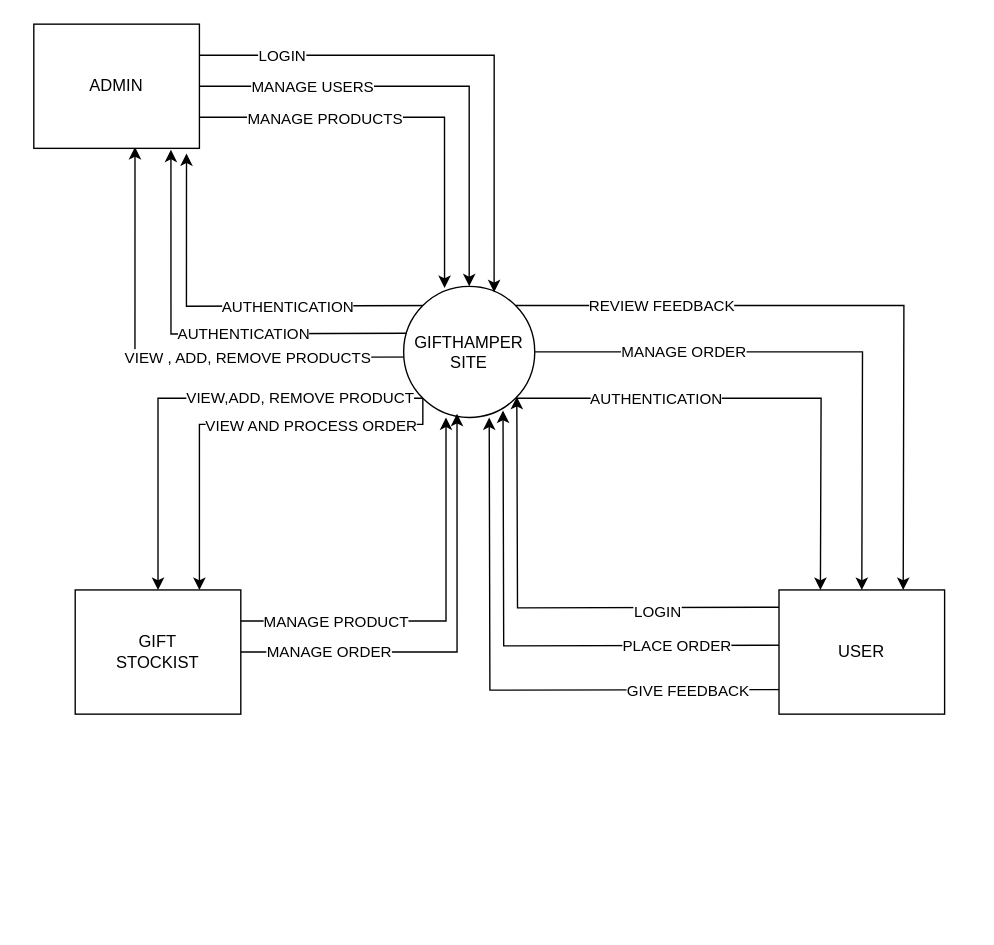
Above: page "DFD-0" (8 of 9) of Usecase userside.drawio in panchalbhavya2210/gift_documentation (draw.io), before the change. Source tidied: cells renumbered, new cells numbered last; positions are measured from the earlier drawing's top-left corner, leaving out a move shared by most shapes. Both pictures are drawn from the tidied source at 138%, with x=0, y=0 at pixel (33, 23).
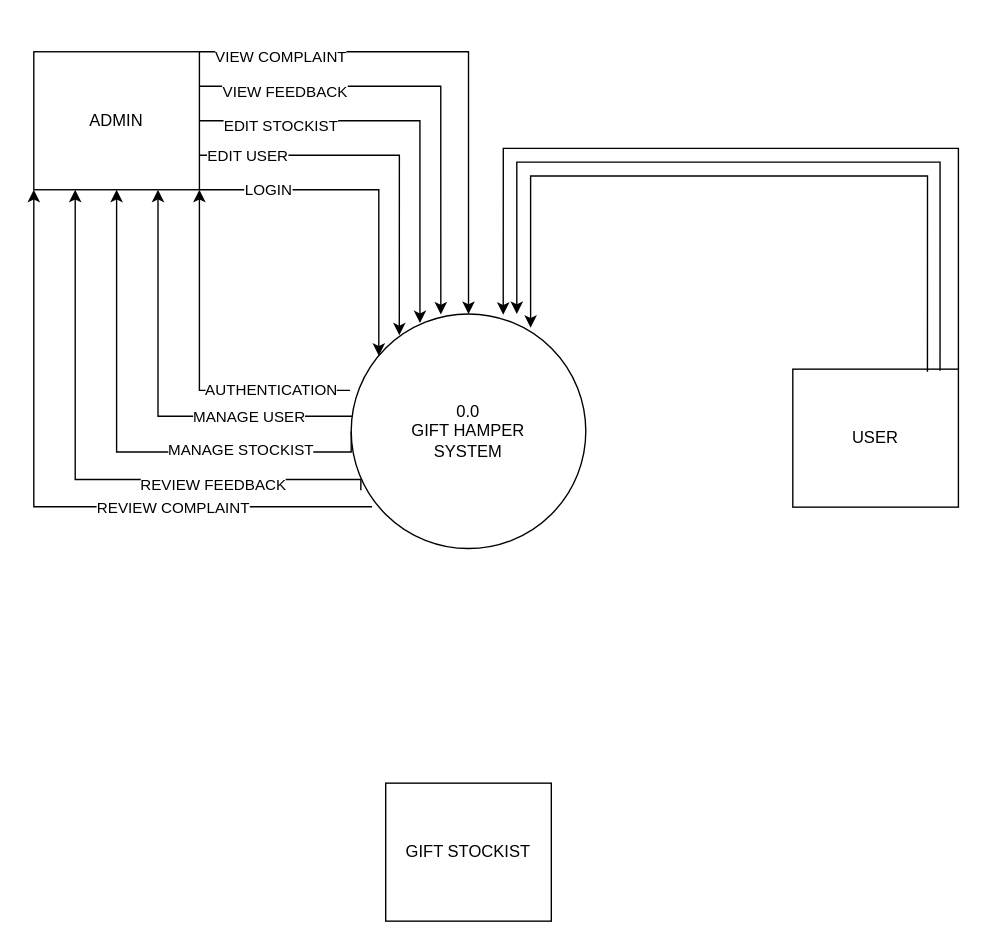
Above is the later version.

What changed in the source:
```diff
@@
-    <mxCell id="2" style="edgeStyle=orthogonalEdgeStyle;rounded=0;jettySize=auto;html=1;exitX=0;exitY=0;exitDx=0;exitDy=0;entryX=0.922;entryY=1.041;entryDx=0;entryDy=0;entryPerimeter=0;" parent="1" edge="1" target="23">
-      <mxGeometry relative="1" as="geometry">
-        <mxPoint x="301.9" y="203.9" as="sourcePoint" />
-      </mxGeometry>
-    </mxCell>
-    <mxCell id="3" value="AUTHENTICATION" style="edgeLabel;html=1;align=center;verticalAlign=middle;" parent="2" vertex="1">
-      <mxGeometry x="-0.22" relative="1" as="geometry" />
-    </mxCell>
-    <mxCell id="4" style="edgeStyle=orthogonalEdgeStyle;rounded=0;jettySize=auto;html=1;exitX=0;exitY=1;exitDx=0;exitDy=0;entryX=0.611;entryY=0.989;entryDx=0;entryDy=0;entryPerimeter=0;" parent="1" edge="1" target="23">
-      <mxGeometry relative="1" as="geometry">
-        <mxPoint x="321.9" y="241.1" as="sourcePoint" />
-      </mxGeometry>
-    </mxCell>
-    <mxCell id="5" value="VIEW , ADD, REMOVE PRODUCTS" style="edgeLabel;html=1;align=center;verticalAlign=middle;" parent="4" vertex="1">
-      <mxGeometry x="-0.13" relative="1" as="geometry">
-        <mxPoint x="8" as="offset" />
-      </mxGeometry>
-    </mxCell>
-    <mxCell id="6" style="edgeStyle=orthogonalEdgeStyle;rounded=0;jettySize=auto;html=1;exitX=1;exitY=0;exitDx=0;exitDy=0;entryX=0.75;entryY=0;entryDx=0;entryDy=0;" parent="1" edge="1" source="18">
-      <mxGeometry relative="1" as="geometry">
-        <mxPoint x="630" y="410" as="targetPoint" />
-      </mxGeometry>
-    </mxCell>
+    <mxCell id="38" style="edgeStyle=orthogonalEdgeStyle;rounded=0;jettySize=auto;html=1;exitX=0;exitY=0.5;exitDx=0;exitDy=0;" parent="1" edge="1" source="40" target="23">
+      <mxGeometry relative="1" as="geometry">
+        <Array as="points">
+          <mxPoint x="230" y="310" />
+          <mxPoint x="60" y="310" />
+        </Array>
+      </mxGeometry>
+    </mxCell>
+    <mxCell id="39" value="MANAGE STOCKIST" style="edgeLabel;html=1;align=center;verticalAlign=middle;" parent="38" vertex="1">
+      <mxGeometry x="-0.49" y="-2" relative="1" as="geometry" />
+    </mxCell>
+    <mxCell id="40" value="0.0&lt;br&gt;GIFT HAMPER&lt;br&gt;SYSTEM" style="ellipse;whiteSpace=wrap;html=1;" parent="1" vertex="1">
+      <mxGeometry x="230" y="210" width="170" height="170" as="geometry" />
+    </mxCell>
+    <mxCell id="41" style="edgeStyle=orthogonalEdgeStyle;rounded=0;jettySize=auto;html=1;exitX=1;exitY=0;exitDx=0;exitDy=0;" parent="1" edge="1" source="23" target="40">
+      <mxGeometry relative="1" as="geometry">
+        <Array as="points">
+          <mxPoint x="315" y="20" />
+        </Array>
+      </mxGeometry>
+    </mxCell>
+    <mxCell id="42" value="VIEW COMPLAINT" style="edgeLabel;html=1;align=center;verticalAlign=middle;" parent="41" vertex="1">
+      <mxGeometry x="-0.7" y="-4" relative="1" as="geometry" />
+    </mxCell>
+    <mxCell id="43" style="edgeStyle=orthogonalEdgeStyle;rounded=0;jettySize=auto;html=1;exitX=1;exitY=0.25;exitDx=0;exitDy=0;entryX=0.382;entryY=0.002;entryDx=0;entryDy=0;entryPerimeter=0;" parent="1" edge="1" source="23" target="40">
+      <mxGeometry relative="1" as="geometry" />
+    </mxCell>
+    <mxCell id="44" value="VIEW FEEDBACK" style="edgeLabel;html=1;align=center;verticalAlign=middle;" parent="43" vertex="1">
+      <mxGeometry x="-0.64" y="-3" relative="1" as="geometry" />
+    </mxCell>
+    <mxCell id="45" style="edgeStyle=orthogonalEdgeStyle;rounded=0;jettySize=auto;html=1;exitX=1;exitY=0.5;exitDx=0;exitDy=0;entryX=0.293;entryY=0.039;entryDx=0;entryDy=0;entryPerimeter=0;" parent="1" edge="1" source="23" target="40">
+      <mxGeometry relative="1" as="geometry" />
+    </mxCell>
+    <mxCell id="46" value="EDIT STOCKIST" style="edgeLabel;html=1;align=center;verticalAlign=middle;" parent="45" vertex="1">
+      <mxGeometry x="-0.62" y="-3" relative="1" as="geometry" />
+    </mxCell>
+    <mxCell id="47" style="edgeStyle=orthogonalEdgeStyle;rounded=0;jettySize=auto;html=1;exitX=1;exitY=0.75;exitDx=0;exitDy=0;entryX=0.205;entryY=0.091;entryDx=0;entryDy=0;entryPerimeter=0;" parent="1" edge="1" source="23" target="40">
+      <mxGeometry relative="1" as="geometry" />
+    </mxCell>
+    <mxCell id="48" value="EDIT USER" style="edgeLabel;html=1;align=center;verticalAlign=middle;" parent="47" vertex="1">
+      <mxGeometry x="-0.75" relative="1" as="geometry" />
+    </mxCell>
+    <mxCell id="49" style="edgeStyle=orthogonalEdgeStyle;rounded=0;jettySize=auto;html=1;exitX=1;exitY=1;exitDx=0;exitDy=0;" parent="1" edge="1" source="23" target="40">
+      <mxGeometry relative="1" as="geometry">
+        <Array as="points">
+          <mxPoint x="250" y="120" />
+        </Array>
+      </mxGeometry>
+    </mxCell>
+    <mxCell id="50" value="LOGIN" style="edgeLabel;html=1;align=center;verticalAlign=middle;" parent="49" vertex="1">
+      <mxGeometry x="-0.61" y="1" relative="1" as="geometry" />
+    </mxCell>
+    <mxCell id="51" style="edgeStyle=orthogonalEdgeStyle;rounded=0;jettySize=auto;html=1;exitX=-0.005;exitY=0.326;exitDx=0;exitDy=0;entryX=1;entryY=1;entryDx=0;entryDy=0;exitPerimeter=0;" parent="1" edge="1" source="40" target="23">
+      <mxGeometry relative="1" as="geometry" />
+    </mxCell>
+    <mxCell id="52" value="AUTHENTICATION" style="edgeLabel;html=1;align=center;verticalAlign=middle;" parent="51" vertex="1">
+      <mxGeometry x="-0.47" y="-1" relative="1" as="geometry">
+        <mxPoint x="9" as="offset" />
+      </mxGeometry>
+    </mxCell>
+    <mxCell id="53" style="edgeStyle=orthogonalEdgeStyle;rounded=0;jettySize=auto;html=1;exitX=0.006;exitY=0.436;exitDx=0;exitDy=0;entryX=0.75;entryY=1;entryDx=0;entryDy=0;exitPerimeter=0;" parent="1" edge="1" source="40" target="23">
+      <mxGeometry relative="1" as="geometry" />
+    </mxCell>
+    <mxCell id="54" value="MANAGE USER" style="edgeLabel;html=1;align=center;verticalAlign=middle;" parent="53" vertex="1">
+      <mxGeometry x="-0.5" relative="1" as="geometry" />
+    </mxCell>
+    <mxCell id="55" style="edgeStyle=orthogonalEdgeStyle;rounded=0;jettySize=auto;html=1;exitX=0.041;exitY=0.752;exitDx=0;exitDy=0;entryX=0.25;entryY=1;entryDx=0;entryDy=0;exitPerimeter=0;" parent="1" edge="1" source="40" target="23">
+      <mxGeometry relative="1" as="geometry">
+        <Array as="points">
+          <mxPoint x="237" y="330" />
+          <mxPoint x="30" y="330" />
+        </Array>
+      </mxGeometry>
+    </mxCell>
-    <mxCell id="7" value="REVIEW FEEDBACK" style="edgeLabel;html=1;align=center;verticalAlign=middle;" parent="6" vertex="1">
-      <mxGeometry x="-0.57" relative="1" as="geometry" />
+    <mxCell id="7" value="REVIEW FEEDBACK" style="edgeLabel;html=1;align=center;verticalAlign=middle;" parent="55" vertex="1">
+      <mxGeometry x="-0.46" y="3" relative="1" as="geometry" />
     </mxCell>
-    <mxCell id="8" style="edgeStyle=orthogonalEdgeStyle;rounded=0;jettySize=auto;html=1;exitX=1;exitY=0.5;exitDx=0;exitDy=0;entryX=0.5;entryY=0;entryDx=0;entryDy=0;" parent="1" edge="1" source="18">
-      <mxGeometry relative="1" as="geometry">
-        <mxPoint x="600" y="410" as="targetPoint" />
-      </mxGeometry>
-    </mxCell>
-    <mxCell id="9" value="MANAGE ORDER" style="edgeLabel;html=1;align=center;verticalAlign=middle;" parent="8" vertex="1">
-      <mxGeometry x="-0.48" relative="1" as="geometry" />
-    </mxCell>
-    <mxCell id="10" style="edgeStyle=orthogonalEdgeStyle;rounded=0;jettySize=auto;html=1;exitX=1;exitY=1;exitDx=0;exitDy=0;entryX=0.25;entryY=0;entryDx=0;entryDy=0;" parent="1" edge="1" source="18">
-      <mxGeometry relative="1" as="geometry">
-        <mxPoint x="570" y="410" as="targetPoint" />
-      </mxGeometry>
-    </mxCell>
-    <mxCell id="11" value="AUTHENTICATION" style="edgeLabel;html=1;align=center;verticalAlign=middle;" parent="10" vertex="1">
-      <mxGeometry x="-0.57" relative="1" as="geometry">
-        <mxPoint x="24" as="offset" />
-      </mxGeometry>
-    </mxCell>
-    <mxCell id="12" style="edgeStyle=orthogonalEdgeStyle;rounded=0;jettySize=auto;html=1;exitX=1;exitY=0.5;exitDx=0;exitDy=0;entryX=0.5;entryY=0;entryDx=0;entryDy=0;" parent="1" edge="1" source="23" target="18">
-      <mxGeometry relative="1" as="geometry" />
-    </mxCell>
-    <mxCell id="13" value="MANAGE USERS" style="edgeLabel;html=1;align=center;verticalAlign=middle;" parent="12" vertex="1">
-      <mxGeometry x="-0.65" relative="1" as="geometry">
-        <mxPoint x="21" as="offset" />
-      </mxGeometry>
-    </mxCell>
-    <mxCell id="14" style="edgeStyle=orthogonalEdgeStyle;rounded=0;jettySize=auto;html=1;exitX=0;exitY=1;exitDx=0;exitDy=0;" parent="1" edge="1" source="18" target="37">
-      <mxGeometry relative="1" as="geometry" />
-    </mxCell>
-    <mxCell id="15" value="VIEW,ADD, REMOVE PRODUCT" style="edgeLabel;html=1;align=center;verticalAlign=middle;" parent="14" vertex="1">
-      <mxGeometry x="-0.46" y="-1" relative="1" as="geometry" />
-    </mxCell>
-    <mxCell id="16" style="edgeStyle=orthogonalEdgeStyle;rounded=0;jettySize=auto;html=1;exitX=0;exitY=1;exitDx=0;exitDy=0;entryX=0.75;entryY=0;entryDx=0;entryDy=0;" parent="1" edge="1" source="18" target="37">
-      <mxGeometry relative="1" as="geometry">
-        <Array as="points">
-          <mxPoint x="282" y="290" />
-          <mxPoint x="120" y="290" />
-        </Array>
-      </mxGeometry>
-    </mxCell>
-    <mxCell id="17" value="VIEW AND PROCESS ORDER" style="edgeLabel;html=1;align=center;verticalAlign=middle;" parent="16" vertex="1">
-      <mxGeometry x="-0.08" y="-1" relative="1" as="geometry">
-        <mxPoint x="38" y="1" as="offset" />
-      </mxGeometry>
-    </mxCell>
-    <mxCell id="18" value="GIFTHAMPER&lt;br&gt;SITE" style="ellipse;whiteSpace=wrap;html=1;" parent="1" vertex="1">
-      <mxGeometry x="268" y="190" width="95" height="95" as="geometry" />
-    </mxCell>
-    <mxCell id="19" style="edgeStyle=orthogonalEdgeStyle;rounded=0;jettySize=auto;html=1;exitX=1;exitY=0.25;exitDx=0;exitDy=0;entryX=0.69;entryY=0.045;entryDx=0;entryDy=0;entryPerimeter=0;" parent="1" edge="1" source="23" target="18">
-      <mxGeometry relative="1" as="geometry" />
-    </mxCell>
-    <mxCell id="20" value="LOGIN" style="edgeLabel;html=1;align=center;verticalAlign=middle;" parent="19" vertex="1">
-      <mxGeometry x="-0.65" y="1" relative="1" as="geometry">
-        <mxPoint x="-8" y="1" as="offset" />
-      </mxGeometry>
-    </mxCell>
-    <mxCell id="21" style="edgeStyle=orthogonalEdgeStyle;rounded=0;jettySize=auto;html=1;exitX=1;exitY=0.75;exitDx=0;exitDy=0;entryX=0.312;entryY=0.012;entryDx=0;entryDy=0;entryPerimeter=0;" parent="1" edge="1" source="23" target="18">
-      <mxGeometry relative="1" as="geometry" />
-    </mxCell>
-    <mxCell id="22" value="MANAGE PRODUCTS" style="edgeLabel;html=1;align=center;verticalAlign=middle;" parent="21" vertex="1">
-      <mxGeometry x="-0.66" y="-1" relative="1" as="geometry">
-        <mxPoint x="39" as="offset" />
-      </mxGeometry>
-    </mxCell>
+    <mxCell id="56" style="edgeStyle=orthogonalEdgeStyle;rounded=0;jettySize=auto;html=1;exitX=0.089;exitY=0.822;exitDx=0;exitDy=0;entryX=0;entryY=1;entryDx=0;entryDy=0;exitPerimeter=0;" parent="1" edge="1" source="40" target="23">
+      <mxGeometry relative="1" as="geometry">
+        <Array as="points">
+          <mxPoint y="350" />
+        </Array>
+      </mxGeometry>
+    </mxCell>
+    <mxCell id="57" value="REVIEW COMPLAINT" style="edgeLabel;html=1;align=center;verticalAlign=middle;" parent="56" vertex="1">
+      <mxGeometry x="-0.39" y="1" relative="1" as="geometry" />
+    </mxCell>
     <mxCell id="23" value="ADMIN" style="rounded=0;whiteSpace=wrap;html=1;" parent="1" vertex="1">
-      <mxGeometry width="120" height="90" as="geometry" />
+      <mxGeometry y="20" width="120" height="100" as="geometry" />
     </mxCell>
-    <mxCell id="24" style="edgeStyle=orthogonalEdgeStyle;rounded=0;orthogonalLoop=1;jettySize=auto;html=1;exitX=0;exitY=0.25;exitDx=0;exitDy=0;" parent="1" edge="1">
-      <mxGeometry relative="1" as="geometry">
-        <mxPoint x="551" y="422.5" as="sourcePoint" />
-        <mxPoint x="350" y="270" as="targetPoint" />
-      </mxGeometry>
-    </mxCell>
-    <mxCell id="25" value="LOGIN" style="edgeLabel;html=1;align=center;verticalAlign=middle;" parent="24" vertex="1">
-      <mxGeometry x="-0.37" y="3" relative="1" as="geometry">
-        <mxPoint x="11" as="offset" />
-      </mxGeometry>
-    </mxCell>
-    <mxCell id="26" style="edgeStyle=orthogonalEdgeStyle;rounded=0;orthogonalLoop=1;jettySize=auto;html=1;exitX=0;exitY=0.5;exitDx=0;exitDy=0;entryX=0.5;entryY=1;entryDx=0;entryDy=0;" parent="1" edge="1">
-      <mxGeometry relative="1" as="geometry">
-        <mxPoint x="564.5" y="450" as="sourcePoint" />
-        <mxPoint x="340" y="280" as="targetPoint" />
-      </mxGeometry>
-    </mxCell>
-    <mxCell id="27" value="PLACE ORDER" style="edgeLabel;html=1;align=center;verticalAlign=middle;" parent="26" vertex="1">
-      <mxGeometry x="-0.17" y="1" relative="1" as="geometry">
-        <mxPoint x="65" y="-1" as="offset" />
-      </mxGeometry>
-    </mxCell>
-    <mxCell id="28" style="edgeStyle=orthogonalEdgeStyle;rounded=0;orthogonalLoop=1;jettySize=auto;html=1;exitX=0;exitY=0.75;exitDx=0;exitDy=0;entryX=0.28;entryY=0.951;entryDx=0;entryDy=0;entryPerimeter=0;" parent="1" edge="1">
-      <mxGeometry relative="1" as="geometry">
-        <mxPoint x="575.4" y="482.1" as="sourcePoint" />
-        <mxPoint x="330" y="285" as="targetPoint" />
-      </mxGeometry>
-    </mxCell>
-    <mxCell id="29" value="GIVE FEEDBACK" style="edgeLabel;html=1;align=center;verticalAlign=middle;" parent="28" vertex="1">
-      <mxGeometry x="-0.54" relative="1" as="geometry" />
-    </mxCell>
-    <mxCell id="30" style="edgeStyle=orthogonalEdgeStyle;rounded=0;jettySize=auto;html=1;entryX=0.828;entryY=1.011;entryDx=0;entryDy=0;entryPerimeter=0;" parent="1" edge="1" target="23">
-      <mxGeometry relative="1" as="geometry">
-        <mxPoint x="270" y="224" as="sourcePoint" />
-      </mxGeometry>
-    </mxCell>
-    <mxCell id="31" value="AUTHENTICATION" style="edgeLabel;html=1;align=center;verticalAlign=middle;" parent="30" vertex="1">
-      <mxGeometry x="-0.22" relative="1" as="geometry" />
-    </mxCell>
+    <mxCell id="58" style="edgeStyle=orthogonalEdgeStyle;rounded=0;jettySize=auto;html=1;exitX=1;exitY=0;exitDx=0;exitDy=0;entryX=0.648;entryY=0.003;entryDx=0;entryDy=0;entryPerimeter=0;" parent="1" edge="1" source="32" target="40">
+      <mxGeometry relative="1" as="geometry">
+        <Array as="points">
+          <mxPoint x="670" y="90" />
+          <mxPoint x="340" y="90" />
+        </Array>
+      </mxGeometry>
+    </mxCell>
     <mxCell id="32" value="USER" style="rounded=0;whiteSpace=wrap;html=1;" parent="1" vertex="1">
-      <mxGeometry x="540" y="410" width="120" height="90" as="geometry" />
+      <mxGeometry x="550" y="250" width="120" height="100" as="geometry" />
     </mxCell>
-    <mxCell id="33" style="edgeStyle=orthogonalEdgeStyle;rounded=0;jettySize=auto;html=1;exitX=1;exitY=0.5;exitDx=0;exitDy=0;entryX=0.407;entryY=0.972;entryDx=0;entryDy=0;entryPerimeter=0;" parent="1" edge="1" source="37" target="18">
-      <mxGeometry relative="1" as="geometry" />
-    </mxCell>
-    <mxCell id="34" value="MANAGE ORDER" style="edgeLabel;html=1;align=center;verticalAlign=middle;" parent="33" vertex="1">
-      <mxGeometry x="-0.62" y="1" relative="1" as="geometry" />
-    </mxCell>
-    <mxCell id="35" style="edgeStyle=orthogonalEdgeStyle;rounded=0;jettySize=auto;html=1;exitX=1;exitY=0.25;exitDx=0;exitDy=0;entryX=0.323;entryY=1;entryDx=0;entryDy=0;entryPerimeter=0;" parent="1" edge="1" source="37" target="18">
-      <mxGeometry relative="1" as="geometry" />
-    </mxCell>
-    <mxCell id="36" value="MANAGE PRODUCT" style="edgeLabel;html=1;align=center;verticalAlign=middle;" parent="35" vertex="1">
-      <mxGeometry x="-0.54" relative="1" as="geometry" />
-    </mxCell>
-    <mxCell id="37" value="GIFT&lt;br&gt;STOCKIST" style="rounded=0;whiteSpace=wrap;html=1;" parent="1" vertex="1">
-      <mxGeometry x="30" y="410" width="120" height="90" as="geometry" />
+    <mxCell id="37" value="GIFT STOCKIST" style="rounded=0;whiteSpace=wrap;html=1;" parent="1" vertex="1">
+      <mxGeometry x="255" y="550" width="120" height="100" as="geometry" />
     </mxCell>
+    <mxCell id="59" style="edgeStyle=orthogonalEdgeStyle;rounded=0;jettySize=auto;html=1;exitX=0.889;exitY=0.011;exitDx=0;exitDy=0;exitPerimeter=0;" parent="1" edge="1" source="32">
+      <mxGeometry relative="1" as="geometry">
+        <mxPoint x="350" y="210" as="targetPoint" />
+        <Array as="points">
+          <mxPoint x="657" y="100" />
+          <mxPoint x="350" y="100" />
+        </Array>
+      </mxGeometry>
+    </mxCell>
+    <mxCell id="60" style="edgeStyle=orthogonalEdgeStyle;rounded=0;jettySize=auto;html=1;exitX=0.813;exitY=0.018;exitDx=0;exitDy=0;exitPerimeter=0;" parent="1" edge="1" source="32">
+      <mxGeometry relative="1" as="geometry">
+        <mxPoint x="360" y="220" as="targetPoint" />
+        <Array as="points">
+          <mxPoint x="648" y="110" />
+          <mxPoint x="360" y="110" />
+        </Array>
+      </mxGeometry>
+    </mxCell>
```
